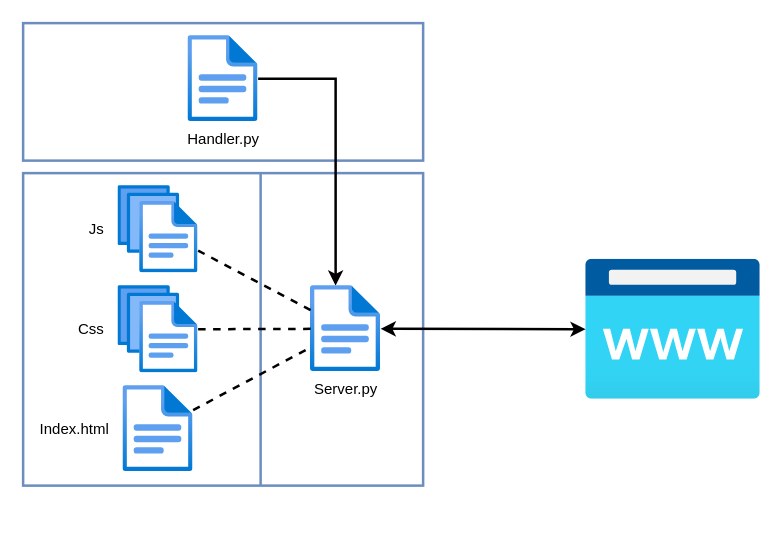
Before: drawio/structure.drawio in JadKHaddad/Openfaas-Performance-Testing-as-a-Service, a draw.io diagram. Source tidied: cells renumbered, new cells numbered last; positions are measured from the earlier drawing's top-left corner, leaving out a move shared by most shapes. Both pictures are drawn from the tidied source at 125%, with x=0, y=0 at pixel (22, 22).
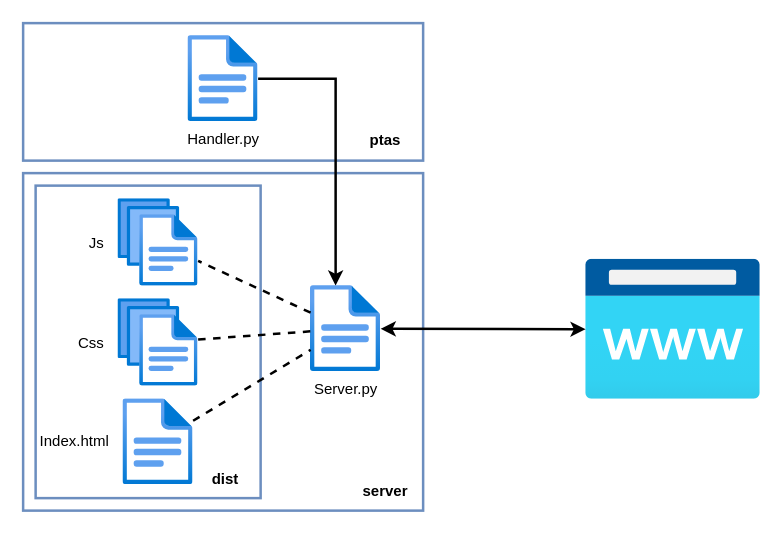
After the change.

Change to the diagram source:
```diff
@@
+    <mxCell id="16" style="rounded=0;whiteSpace=wrap;html=1;fillColor=none;strokeColor=#6c8ebf;strokeWidth=2;" parent="1" vertex="1">
+      <mxGeometry x="10" y="130" width="180" height="250" as="geometry" />
+    </mxCell>
     <mxCell id="2" style="rounded=0;whiteSpace=wrap;html=1;fillColor=none;strokeColor=#6c8ebf;strokeWidth=2;" parent="1" vertex="1">
-      <mxGeometry y="120" width="320" height="250" as="geometry" />
+      <mxGeometry y="120" width="320" height="270" as="geometry" />
     </mxCell>
@@
     <mxCell id="5" value="Js&amp;nbsp; &amp;nbsp;" style="html=1;points=[];align=right;image;fontSize=12;image=img/lib/azure2/general/Files.svg;labelPosition=left;verticalLabelPosition=middle;verticalAlign=middle;" parent="1" vertex="1">
-      <mxGeometry x="76" y="130" width="64" height="70" as="geometry" />
+      <mxGeometry x="76" y="140.5" width="64" height="70" as="geometry" />
     </mxCell>
-    <mxCell id="6" style="line;strokeWidth=2;direction=south;html=1;fillColor=none;strokeColor=#6C8EBF;" parent="1" vertex="1">
-      <mxGeometry x="185" y="120" width="10" height="250" as="geometry" />
-    </mxCell>
     <mxCell id="7" value="Css&amp;nbsp; &amp;nbsp;" style="html=1;points=[];align=right;image;fontSize=12;image=img/lib/azure2/general/Files.svg;labelPosition=left;verticalLabelPosition=middle;verticalAlign=middle;" parent="1" vertex="1">
-      <mxGeometry x="76" y="210" width="64" height="70" as="geometry" />
+      <mxGeometry x="76" y="220.5" width="64" height="70" as="geometry" />
     </mxCell>
     <mxCell id="8" value="Index.html&amp;nbsp; &amp;nbsp;" style="html=1;points=[];align=right;image;fontSize=12;image=img/lib/azure2/general/File.svg;labelPosition=left;verticalLabelPosition=middle;verticalAlign=middle;" parent="1" vertex="1">
-      <mxGeometry x="80" y="290" width="56" height="69" as="geometry" />
+      <mxGeometry x="80" y="300.5" width="56" height="69" as="geometry" />
     </mxCell>
@@
+    <mxCell id="17" value="&lt;b&gt;ptas&lt;/b&gt;" style="text;html=1;strokeColor=none;fillColor=none;align=center;verticalAlign=middle;whiteSpace=wrap;rounded=0;" parent="1" vertex="1">
+      <mxGeometry x="260" y="79" width="60" height="30" as="geometry" />
+    </mxCell>
+    <mxCell id="18" value="&lt;b&gt;dist&lt;/b&gt;" style="text;html=1;strokeColor=none;fillColor=none;align=center;verticalAlign=middle;whiteSpace=wrap;rounded=0;" parent="1" vertex="1">
+      <mxGeometry x="132" y="350" width="60" height="30" as="geometry" />
+    </mxCell>
+    <mxCell id="19" value="&lt;b&gt;server&lt;/b&gt;" style="text;html=1;strokeColor=none;fillColor=none;align=center;verticalAlign=middle;whiteSpace=wrap;rounded=0;" parent="1" vertex="1">
+      <mxGeometry x="260" y="360" width="60" height="30" as="geometry" />
+    </mxCell>
```
